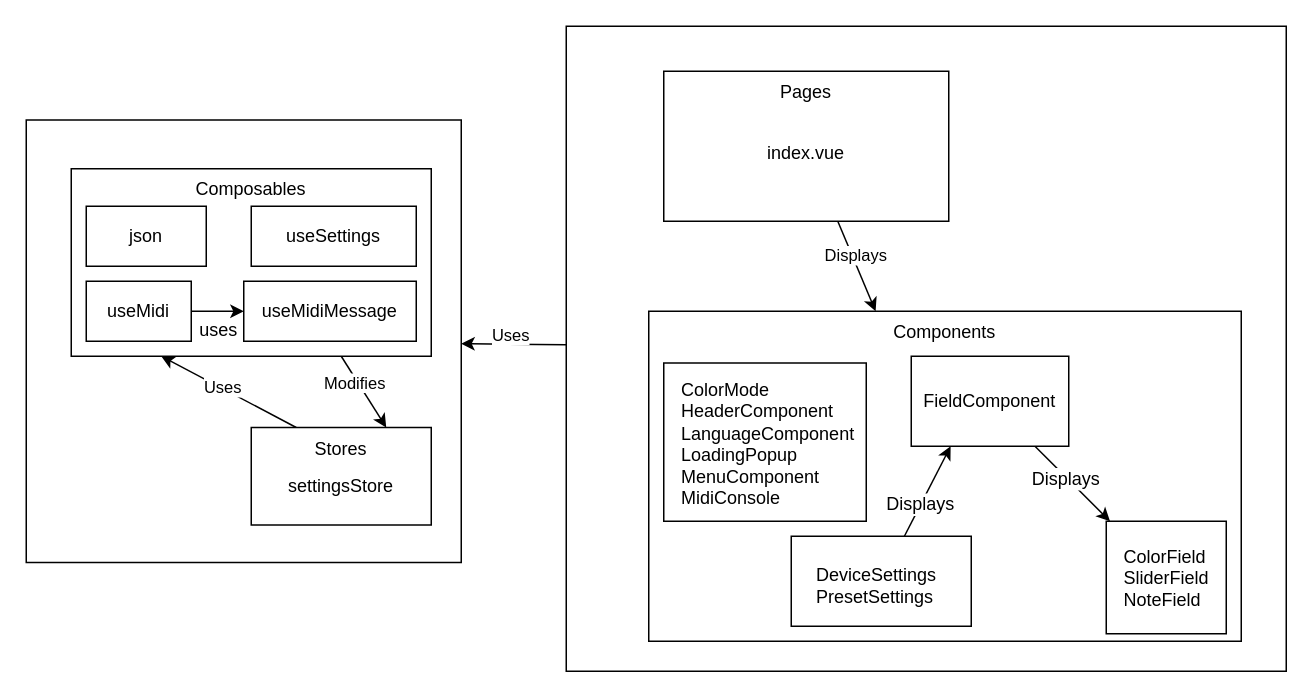
This is drawio/minilab3nuxt.drawio from ThomasColin1/rapport_pfe, a draw.io file, before an edit. Source tidied: cells renumbered, new cells numbered last; positions are measured from the earlier drawing's top-left corner, leaving out a move shared by most shapes. Both pictures are drawn from the tidied source at 150%, with x=0, y=0 at pixel (26, 26).
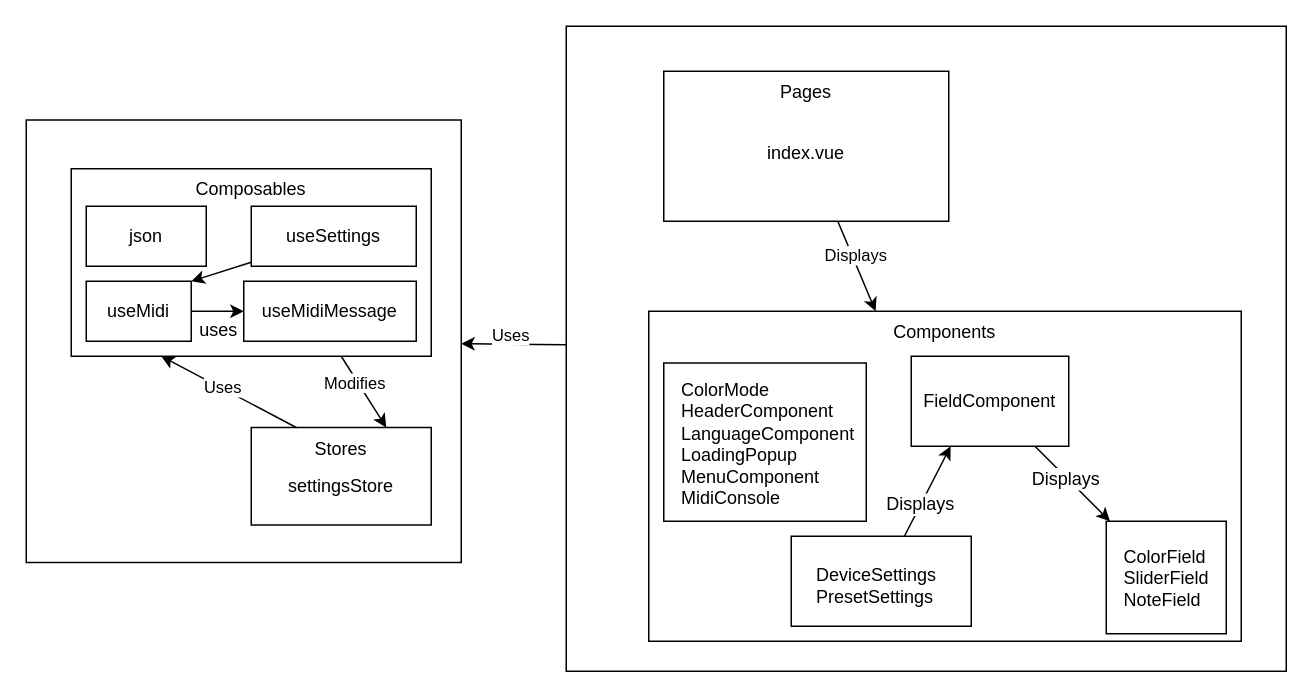
The same diagram, later.

The change refers to these unchanged cells:
```xml
<mxCell id="32" value="useMidi" style="whiteSpace=wrap;html=1;strokeWidth=1;fontSize=12;" parent="1" vertex="1">
  <mxGeometry x="40" y="170" width="70" height="40" as="geometry" />
</mxCell>
<mxCell id="34" value="useSettings" style="whiteSpace=wrap;html=1;strokeWidth=1;fontSize=12;" parent="1" vertex="1">
  <mxGeometry x="150" y="120" width="110" height="40" as="geometry" />
</mxCell>
```

Diff of the diagram source:
```diff
@@
+    <mxCell id="35" style="edgeStyle=none;html=1;entryX=1;entryY=0;entryDx=0;entryDy=0;" parent="1" edge="1" source="34" target="32">
+      <mxGeometry relative="1" as="geometry" />
+    </mxCell>
```
